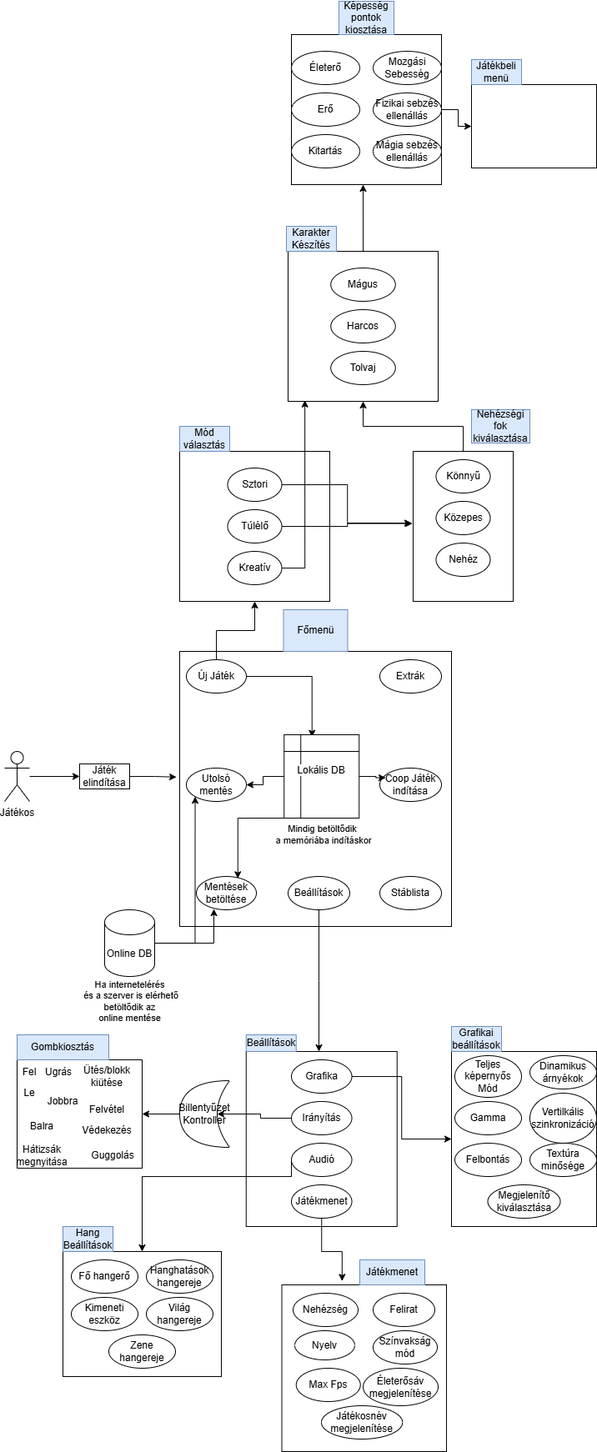
Above: Képek/Use-case.png in MilanGyulai/Szoftvertechnologia (draw.io), before the change. Source tidied: cells renumbered, new cells last; positions are measured from the earlier drawing's top-left corner, leaving out a move shared by most shapes.
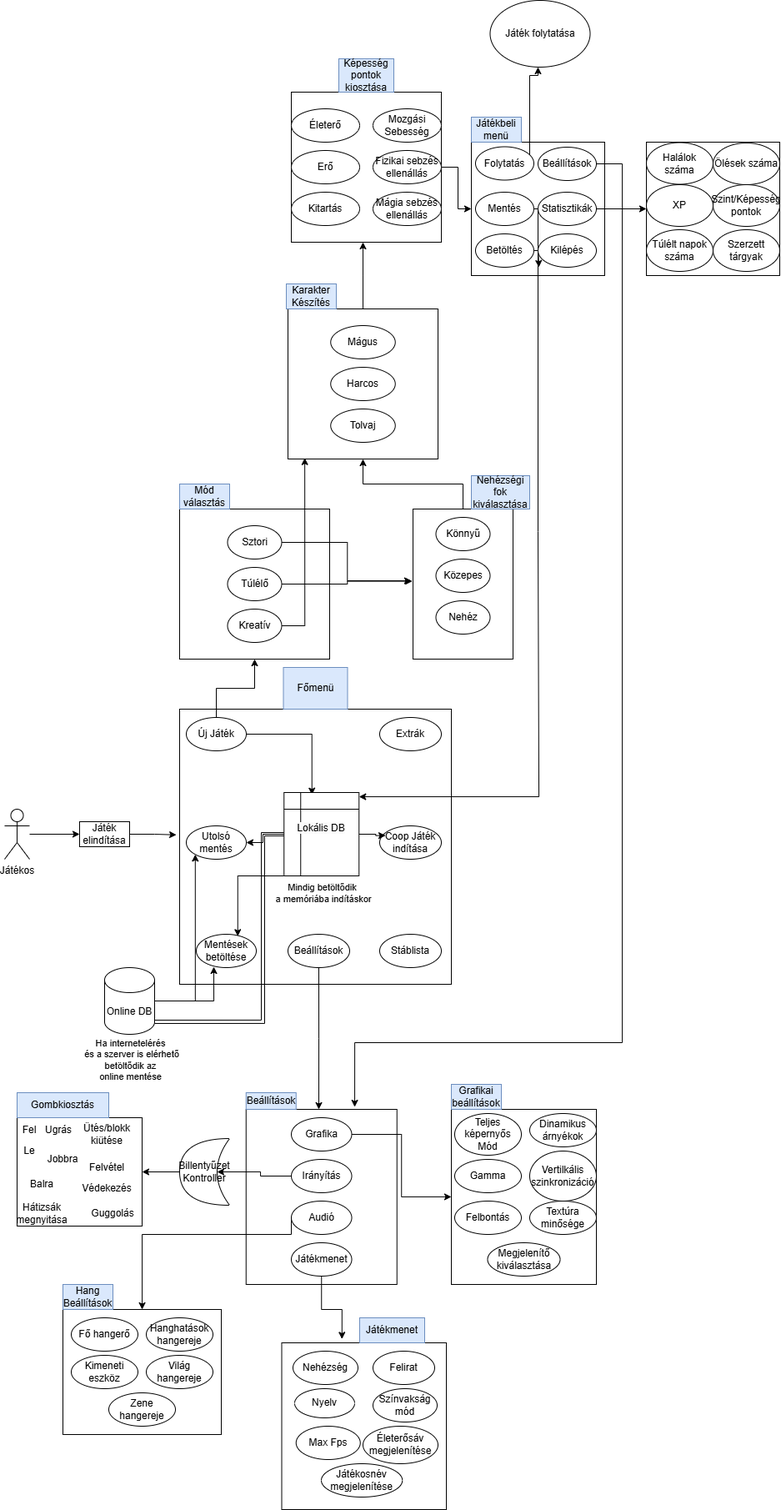
The same file after the commit.

The edit, as a diff of the source:
```diff
@@ -100,7 +100,7 @@
       <mxGeometry x="490" y="540" width="120" height="180" as="geometry" />
     </mxCell>
     <mxCell id="33" value="Nehézségi fok kiválasztása" style="text;html=1;strokeColor=#6c8ebf;fillColor=#dae8fc;align=center;verticalAlign=middle;whiteSpace=wrap;rounded=0;" parent="1" vertex="1">
-      <mxGeometry x="560" y="490" width="70" height="40" as="geometry" />
+      <mxGeometry x="560" y="500" width="70" height="40" as="geometry" />
     </mxCell>
     <mxCell id="34" value="Könnyű" style="ellipse;whiteSpace=wrap;html=1;" parent="1" vertex="1">
       <mxGeometry x="517.5" y="550" width="65" height="40" as="geometry" />
@@ -307,6 +307,14 @@
     <mxCell id="96" style="edgeStyle=orthogonalEdgeStyle;rounded=0;jettySize=auto;html=1;entryX=0.095;entryY=0.291;entryDx=0;entryDy=0;entryPerimeter=0;" parent="1" edge="1" source="97" target="17">
       <mxGeometry relative="1" as="geometry" />
     </mxCell>
+    <mxCell id="107" style="edgeStyle=orthogonalEdgeStyle;rounded=0;jettySize=auto;html=1;entryX=1;entryY=1;entryDx=0;entryDy=-15;entryPerimeter=0;endArrow=classic;endFill=1;curved=0;strokeColor=default;shape=link;" parent="1" edge="1" source="97" target="21">
+      <mxGeometry relative="1" as="geometry">
+        <Array as="points">
+          <mxPoint x="310" y="930" />
+          <mxPoint x="310" y="1155" />
+        </Array>
+      </mxGeometry>
+    </mxCell>
     <mxCell id="97" value="&#10;&lt;span style=&quot;color: rgb(0, 0, 0); font-family: Helvetica; font-size: 12px; font-style: normal; font-variant-ligatures: normal; font-variant-caps: normal; font-weight: 400; letter-spacing: normal; orphans: 2; text-align: center; text-indent: 0px; text-transform: none; widows: 2; word-spacing: 0px; -webkit-text-stroke-width: 0px; background-color: rgb(251, 251, 251); text-decoration-thickness: initial; text-decoration-style: initial; text-decoration-color: initial; float: none; display: inline !important;&quot;&gt;Lokális DB&lt;/span&gt;&#10;&#10;" style="shape=internalStorage;whiteSpace=wrap;html=1;backgroundOutline=1;" parent="1" vertex="1">
       <mxGeometry x="335.2" y="880" width="90" height="100" as="geometry" />
     </mxCell>
@@ -332,10 +340,93 @@
       <mxGeometry x="380" y="1685" width="97.2" height="40" as="geometry" />
     </mxCell>
     <mxCell id="105" style="rounded=0;whiteSpace=wrap;html=1;" parent="1" vertex="1">
-      <mxGeometry x="560" y="100" width="150" height="100" as="geometry" />
+      <mxGeometry x="560" y="100" width="160" height="160" as="geometry" />
     </mxCell>
     <mxCell id="106" value="Játékbeli menü" style="text;html=1;strokeColor=#6c8ebf;fillColor=#dae8fc;align=center;verticalAlign=middle;whiteSpace=wrap;rounded=0;" parent="1" vertex="1">
       <mxGeometry x="560" y="70" width="60" height="30" as="geometry" />
     </mxCell>
+    <mxCell id="108" style="edgeStyle=orthogonalEdgeStyle;rounded=0;jettySize=auto;html=1;" parent="1" edge="1" source="109" target="119">
+      <mxGeometry relative="1" as="geometry">
+        <Array as="points">
+          <mxPoint x="630" y="20" />
+          <mxPoint x="640" y="20" />
+        </Array>
+      </mxGeometry>
+    </mxCell>
+    <mxCell id="109" value="Folytatás" style="ellipse;whiteSpace=wrap;html=1;" parent="1" vertex="1">
+      <mxGeometry x="565" y="105.5" width="70" height="40" as="geometry" />
+    </mxCell>
+    <mxCell id="110" style="edgeStyle=orthogonalEdgeStyle;rounded=0;jettySize=auto;html=1;entryX=0.72;entryY=-0.014;entryDx=0;entryDy=0;entryPerimeter=0;" parent="1" edge="1" source="111" target="52">
+      <mxGeometry relative="1" as="geometry">
+        <Array as="points">
+          <mxPoint x="741" y="126" />
+          <mxPoint x="741" y="1180" />
+          <mxPoint x="420" y="1180" />
+        </Array>
+      </mxGeometry>
+    </mxCell>
+    <mxCell id="111" value="Beállítások" style="ellipse;whiteSpace=wrap;html=1;" parent="1" vertex="1">
+      <mxGeometry x="640" y="106" width="70" height="40" as="geometry" />
+    </mxCell>
+    <mxCell id="112" style="edgeStyle=orthogonalEdgeStyle;rounded=0;jettySize=auto;html=1;" parent="1" edge="1" source="113" target="120">
+      <mxGeometry relative="1" as="geometry" />
+    </mxCell>
+    <mxCell id="113" value="Statisztikák" style="ellipse;whiteSpace=wrap;html=1;" parent="1" vertex="1">
+      <mxGeometry x="640" y="160" width="70" height="40" as="geometry" />
+    </mxCell>
+    <mxCell id="114" style="edgeStyle=orthogonalEdgeStyle;rounded=0;jettySize=auto;html=1;" parent="1" edge="1" source="115">
+      <mxGeometry relative="1" as="geometry">
+        <mxPoint x="640" y="250" as="targetPoint" />
+        <Array as="points">
+          <mxPoint x="640" y="180" />
+          <mxPoint x="640" y="225" />
+          <mxPoint x="641" y="225" />
+          <mxPoint x="641" y="250" />
+        </Array>
+      </mxGeometry>
+    </mxCell>
+    <mxCell id="115" value="Mentés" style="ellipse;whiteSpace=wrap;html=1;" parent="1" vertex="1">
+      <mxGeometry x="565" y="160" width="70" height="40" as="geometry" />
+    </mxCell>
+    <mxCell id="116" style="edgeStyle=orthogonalEdgeStyle;rounded=0;jettySize=auto;html=1;" parent="1" edge="1" source="117" target="97">
+      <mxGeometry relative="1" as="geometry">
+        <Array as="points">
+          <mxPoint x="640" y="230" />
+          <mxPoint x="640" y="567" />
+          <mxPoint x="641" y="567" />
+          <mxPoint x="641" y="885" />
+        </Array>
+      </mxGeometry>
+    </mxCell>
+    <mxCell id="117" value="Betöltés" style="ellipse;whiteSpace=wrap;html=1;" parent="1" vertex="1">
+      <mxGeometry x="565" y="210" width="70" height="40" as="geometry" />
+    </mxCell>
+    <mxCell id="118" value="Kilépés" style="ellipse;whiteSpace=wrap;html=1;" parent="1" vertex="1">
+      <mxGeometry x="640" y="210" width="70" height="40" as="geometry" />
+    </mxCell>
+    <mxCell id="119" value="Játék folytatása" style="ellipse;whiteSpace=wrap;html=1;" parent="1" vertex="1">
+      <mxGeometry x="582.5" y="-70" width="120" height="80" as="geometry" />
+    </mxCell>
+    <mxCell id="120" style="rounded=0;whiteSpace=wrap;html=1;" parent="1" vertex="1">
+      <mxGeometry x="770" y="100" width="160" height="160" as="geometry" />
+    </mxCell>
+    <mxCell id="121" value="Halálok száma" style="ellipse;whiteSpace=wrap;html=1;" parent="1" vertex="1">
+      <mxGeometry x="770" y="100.5" width="80" height="50" as="geometry" />
+    </mxCell>
+    <mxCell id="122" value="Ölések száma" style="ellipse;whiteSpace=wrap;html=1;" parent="1" vertex="1">
+      <mxGeometry x="850" y="101" width="80" height="50" as="geometry" />
+    </mxCell>
+    <mxCell id="123" value="XP" style="ellipse;whiteSpace=wrap;html=1;" parent="1" vertex="1">
+      <mxGeometry x="770" y="151" width="80" height="50" as="geometry" />
+    </mxCell>
+    <mxCell id="124" value="Szint/Képesség pontok" style="ellipse;whiteSpace=wrap;html=1;" parent="1" vertex="1">
+      <mxGeometry x="850" y="151" width="80" height="50" as="geometry" />
+    </mxCell>
+    <mxCell id="125" value="Túlélt napok száma" style="ellipse;whiteSpace=wrap;html=1;" parent="1" vertex="1">
+      <mxGeometry x="770" y="205" width="80" height="50" as="geometry" />
+    </mxCell>
+    <mxCell id="126" value="Szerzett tárgyak" style="ellipse;whiteSpace=wrap;html=1;" parent="1" vertex="1">
+      <mxGeometry x="850" y="205" width="80" height="50" as="geometry" />
+    </mxCell>
   </root>
 </mxGraphModel>
```
